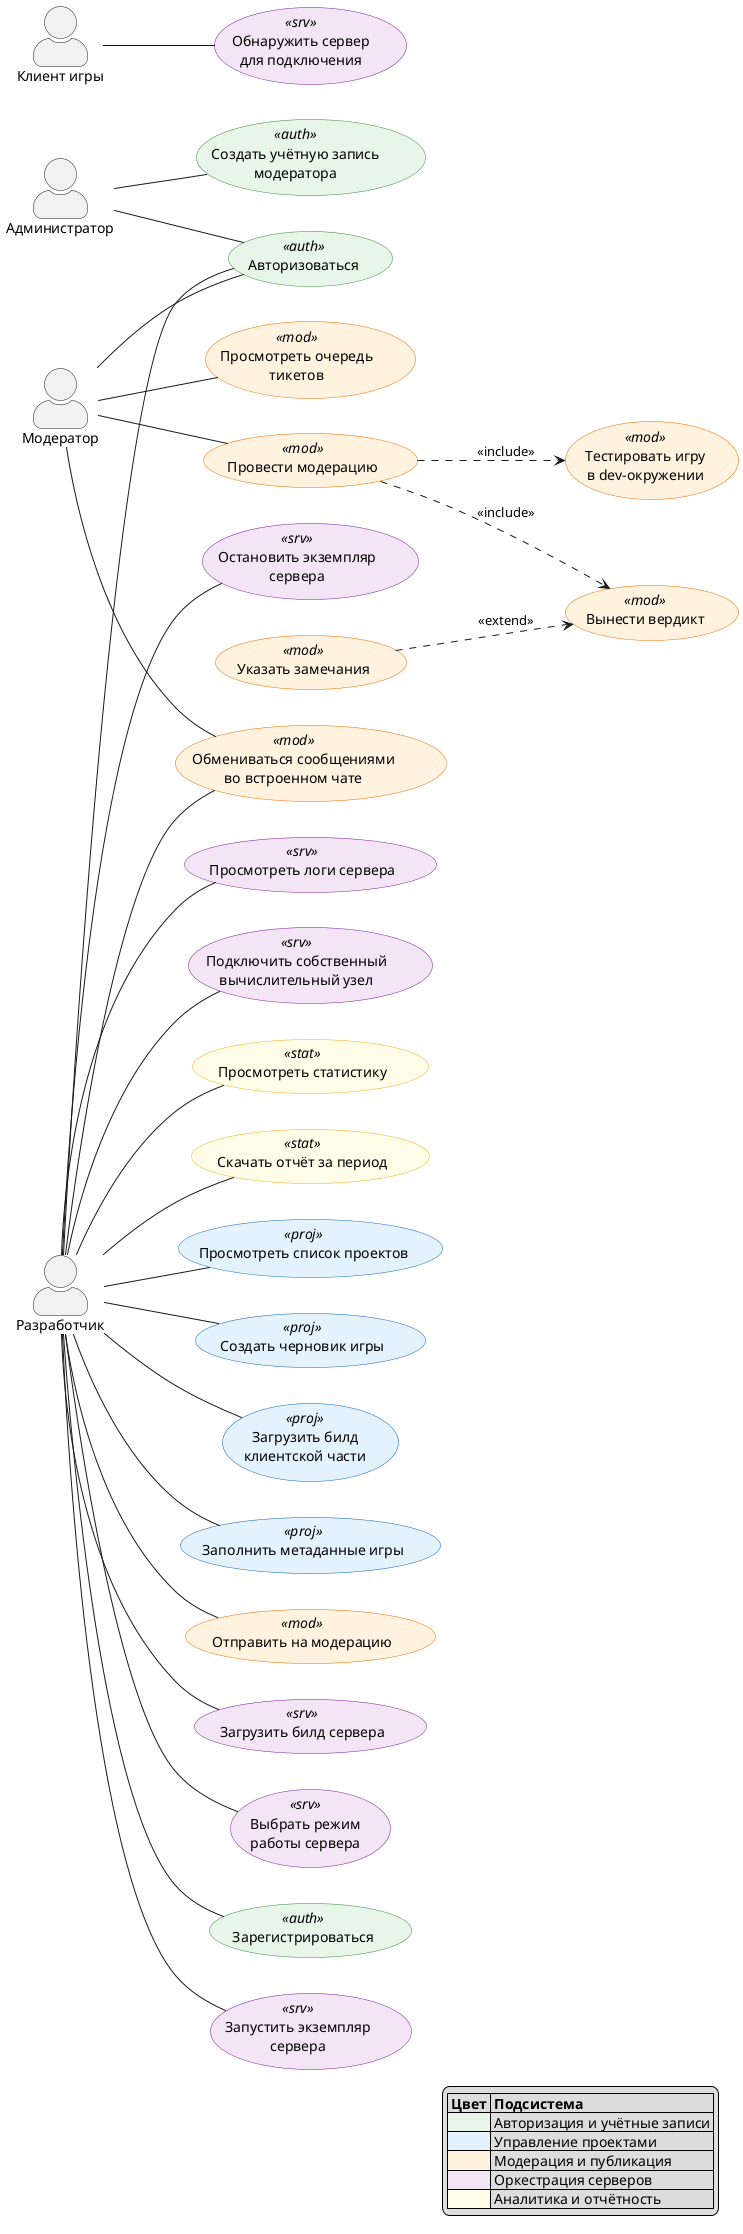
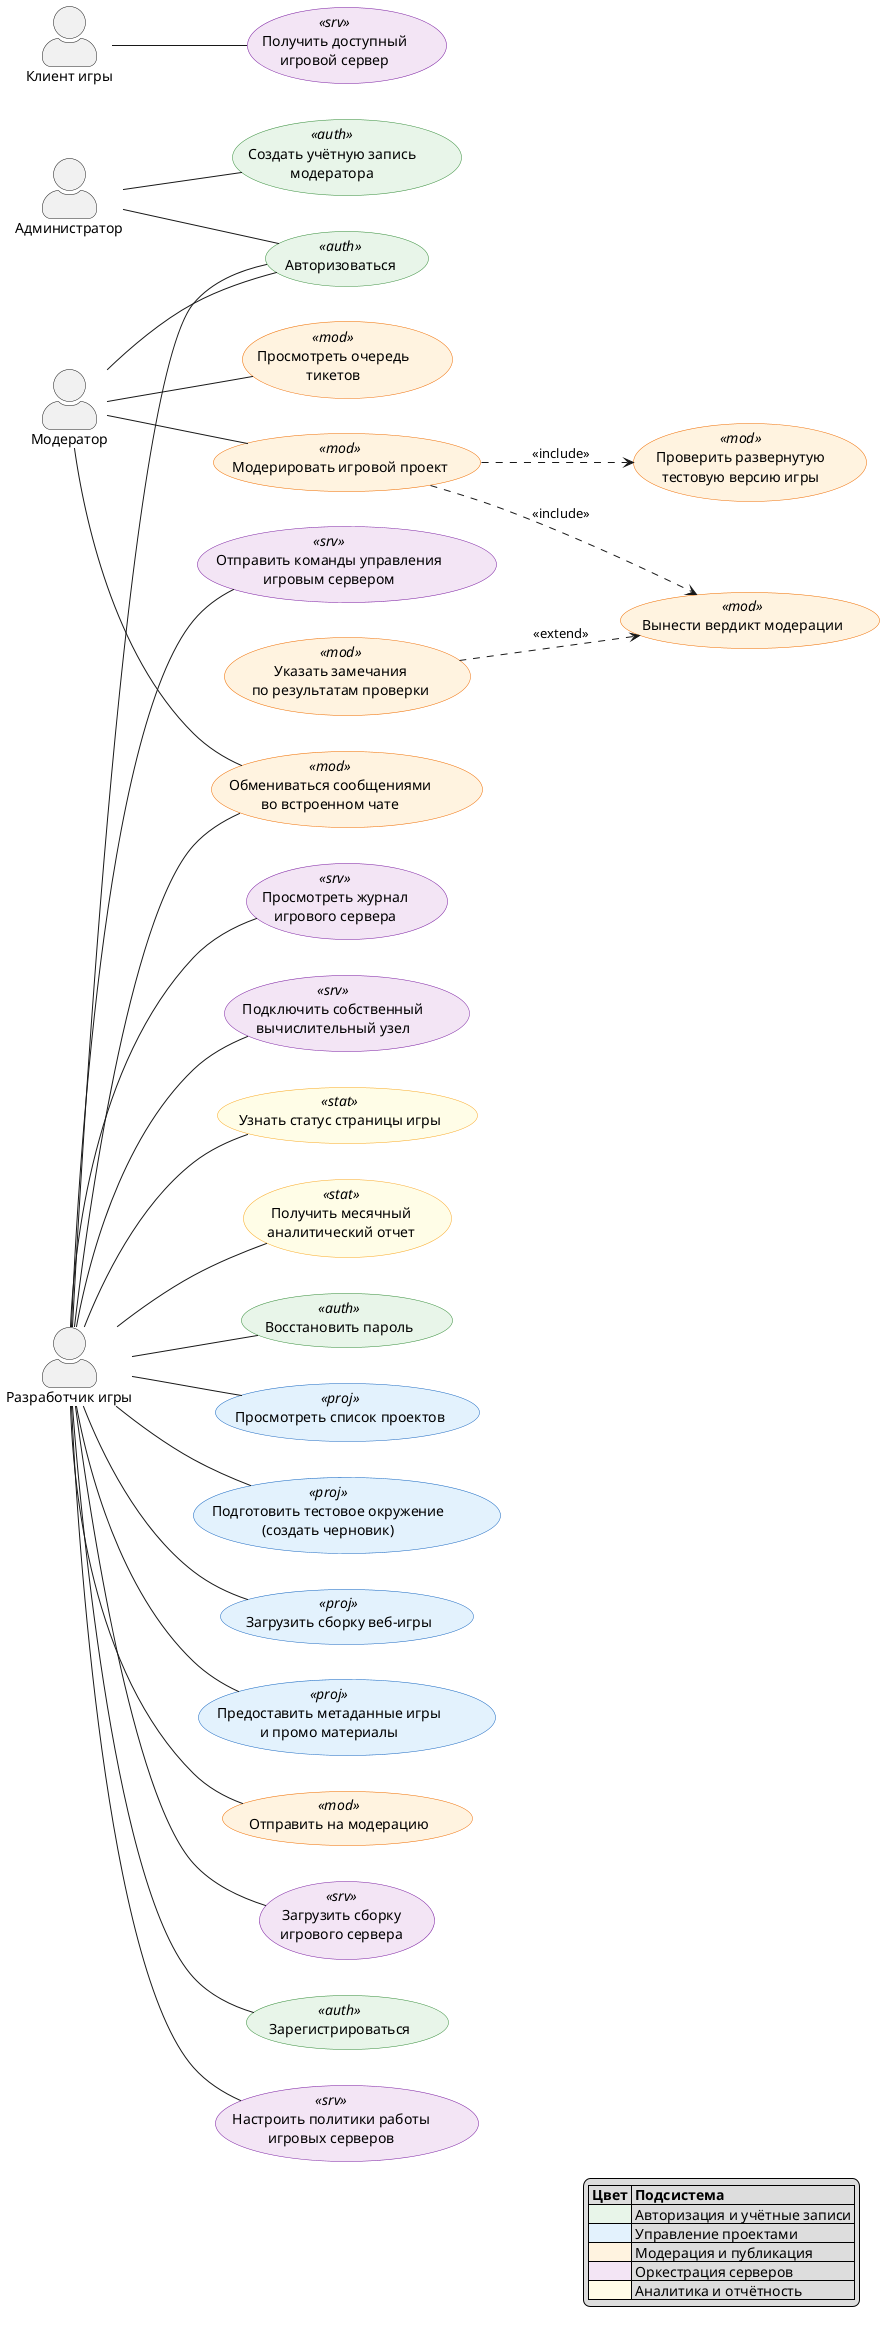
@startuml
left to right direction
skinparam actorStyle awesome

skinparam usecase {
  BackgroundColor<<auth>> #E8F5E9
  BorderColor<<auth>> #388E3C

  BackgroundColor<<proj>> #E3F2FD
  BorderColor<<proj>> #1565C0

  BackgroundColor<<mod>> #FFF3E0
  BorderColor<<mod>> #EF6C00

  BackgroundColor<<srv>> #F3E5F5
  BorderColor<<srv>> #7B1FA2

  BackgroundColor<<stat>> #FFFDE7
  BorderColor<<stat>> #F9A825
}

' ═══════════════════════════════
'  АКТЁРЫ
' ═══════════════════════════════

- actor "Разработчик" as Dev
+ actor "Разработчик игры" as Dev
actor "Администратор" as Admin
actor "Модератор" as Mod
actor "Клиент игры" as GameClient

' ═══════════════════════════════
'  АВТОРИЗАЦИЯ
' ═══════════════════════════════

usecase "Зарегистрироваться" as REG <<auth>>
usecase "Авторизоваться" as AUTH <<auth>>
+ usecase "Восстановить пароль" as RECOVER <<auth>>
usecase "Создать учётную запись\nмодератора" as CREATE_MOD <<auth>>

' ═══════════════════════════════
'  УПРАВЛЕНИЕ ПРОЕКТАМИ
' ═══════════════════════════════

usecase "Просмотреть список проектов" as LIST <<proj>>
- usecase "Создать черновик игры" as CREATE <<proj>>
- usecase "Загрузить билд\nклиентской части" as UPLOAD <<proj>>
- usecase "Заполнить метаданные игры" as META <<proj>>
+ usecase "Подготовить тестовое окружение\n(создать черновик)" as CREATE <<proj>>
+ usecase "Загрузить сборку веб-игры" as UPLOAD <<proj>>
+ usecase "Предоставить метаданные игры\nи промо материалы" as META <<proj>>

' ═══════════════════════════════
'  МОДЕРАЦИЯ И ПУБЛИКАЦИЯ
' ═══════════════════════════════

usecase "Отправить на модерацию" as SEND <<mod>>
usecase "Просмотреть очередь\nтикетов" as QUEUE <<mod>>
- usecase "Провести модерацию" as MODERATE <<mod>>
- usecase "Тестировать игру\nв dev-окружении" as TEST <<mod>>
- usecase "Вынести вердикт" as VERDICT <<mod>>
- usecase "Указать замечания" as REMARKS <<mod>>
+ usecase "Модерировать игровой проект" as MODERATE <<mod>>
+ usecase "Проверить развернутую\nтестовую версию игры" as TEST <<mod>>
+ usecase "Вынести вердикт модерации" as VERDICT <<mod>>
+ usecase "Указать замечания\nпо результатам проверки" as REMARKS <<mod>>
usecase "Обмениваться сообщениями\nво встроенном чате" as CHAT <<mod>>

' ═══════════════════════════════
'  ОРКЕСТРАЦИЯ СЕРВЕРОВ
' ═══════════════════════════════

- usecase "Загрузить билд сервера" as UPLOAD_SRV <<srv>>
- usecase "Выбрать режим\nработы сервера" as MODE <<srv>>
- usecase "Запустить экземпляр\nсервера" as START <<srv>>
- usecase "Остановить экземпляр\nсервера" as STOP <<srv>>
- usecase "Просмотреть логи сервера" as LOGS <<srv>>
- usecase "Обнаружить сервер\nдля подключения" as DISCOVER <<srv>>
+ usecase "Загрузить сборку\nигрового сервера" as UPLOAD_SRV <<srv>>
+ usecase "Настроить политики работы\nигровых серверов" as POLICY <<srv>>
+ usecase "Отправить команды управления\nигровым сервером" as CMD <<srv>>
+ usecase "Просмотреть журнал\nигрового сервера" as LOGS <<srv>>
+ usecase "Получить доступный\nигровой сервер" as DISCOVER <<srv>>
usecase "Подключить собственный\nвычислительный узел" as NODE <<srv>>

' ═══════════════════════════════
'  АНАЛИТИКА И ОТЧЁТНОСТЬ
' ═══════════════════════════════

- usecase "Просмотреть статистику" as STATS <<stat>>
- usecase "Скачать отчёт за период" as REPORT <<stat>>
+ usecase "Узнать статус страницы игры" as STATUS <<stat>>
+ usecase "Получить месячный\nаналитический отчет" as REPORT <<stat>>

' ═══════════════════════════════
- '  СВЯЗИ: Разработчик
+ '  СВЯЗИ: Разработчик игры
' ═══════════════════════════════

Dev -- REG
Dev -- AUTH
+ Dev -- RECOVER
Dev -- LIST
Dev -- CREATE
Dev -- UPLOAD
Dev -- META
Dev -- SEND
Dev -- CHAT
Dev -- UPLOAD_SRV
- Dev -- MODE
- Dev -- START
- Dev -- STOP
+ Dev -- POLICY
+ Dev -- CMD
Dev -- LOGS
Dev -- NODE
- Dev -- STATS
+ Dev -- STATUS
Dev -- REPORT

' ═══════════════════════════════
'  СВЯЗИ: Модератор
' ═══════════════════════════════

Mod -- AUTH
Mod -- QUEUE
Mod -- MODERATE
Mod -- CHAT

' ═══════════════════════════════
'  СВЯЗИ: Администратор
' ═══════════════════════════════

Admin -- AUTH
Admin -- CREATE_MOD

' ═══════════════════════════════
'  СВЯЗИ: Клиент игры
' ═══════════════════════════════

GameClient -- DISCOVER

' ═══════════════════════════════
'  INCLUDE
' ═══════════════════════════════

MODERATE ..> TEST : <<include>>
MODERATE ..> VERDICT : <<include>>

' ═══════════════════════════════
'  EXTEND
' ═══════════════════════════════

REMARKS ..> VERDICT : <<extend>>

' ═══════════════════════════════
'  ЛЕГЕНДА
' ═══════════════════════════════

legend right
  |= Цвет |= Подсистема |
  |<#E8F5E9> | Авторизация и учётные записи |
  |<#E3F2FD> | Управление проектами |
  |<#FFF3E0> | Модерация и публикация |
  |<#F3E5F5> | Оркестрация серверов |
  |<#FFFDE7> | Аналитика и отчётность |
endlegend
@enduml
